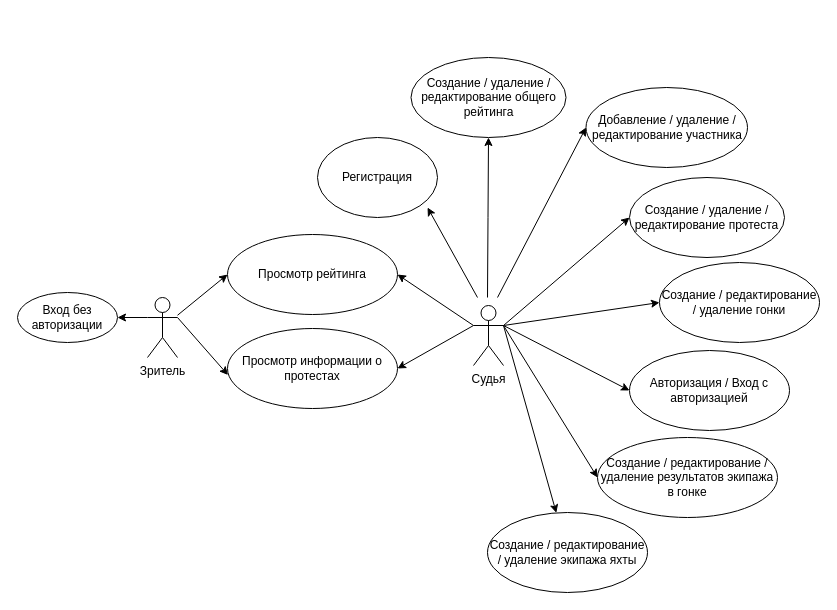
The draw.io diagram page "Use-Case" (1 of 3) of schemes/Диаграммки.drawio in lalala-0/PPO_BMSTU, before the edit. Source tidied: cells renumbered, new cells numbered last; positions are measured from the earlier drawing's top-left corner, leaving out a move shared by most shapes. Both pictures are drawn from the tidied source at 100%, with x=0, y=0 at pixel (17, 57).
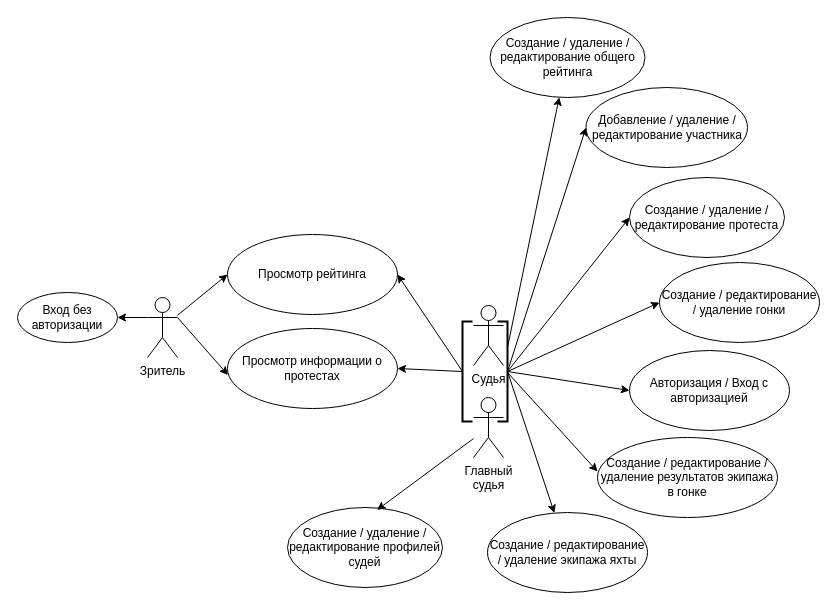
The same page after the edit.

Unchanged cells that the change refers to:
```xml
<mxCell id="8" value="Судья&lt;div&gt;&lt;br/&gt;&lt;/div&gt;" style="shape=umlActor;verticalLabelPosition=bottom;verticalAlign=top;html=1;outlineConnect=0;" parent="1" vertex="1">
  <mxGeometry x="456" y="248" width="30" height="60" as="geometry" />
</mxCell>
<mxCell id="11" value="Просмотр рейтинга" style="ellipse;whiteSpace=wrap;html=1;" parent="1" vertex="1">
  <mxGeometry x="210" y="177" width="170" height="80" as="geometry" />
</mxCell>
<mxCell id="12" value="Просмотр информации о протестах" style="ellipse;whiteSpace=wrap;html=1;" parent="1" vertex="1">
  <mxGeometry x="210" y="271" width="170" height="80" as="geometry" />
</mxCell>
<mxCell id="13" value="Авторизация / Вход с авторизацией" style="ellipse;whiteSpace=wrap;html=1;" parent="1" vertex="1">
  <mxGeometry x="612" y="293" width="160" height="80" as="geometry" />
</mxCell>
<mxCell id="14" value="Создание / редактирование / удаление гонки" style="ellipse;whiteSpace=wrap;html=1;" parent="1" vertex="1">
  <mxGeometry x="642" y="205" width="160" height="80" as="geometry" />
</mxCell>
<mxCell id="15" value="Создание / удаление / редактирование протеста" style="ellipse;whiteSpace=wrap;html=1;" parent="1" vertex="1">
  <mxGeometry x="612" y="120" width="155" height="80" as="geometry" />
</mxCell>
<mxCell id="21" value="Создание / редактирование / удаление результатов экипажа в гонке" style="ellipse;whiteSpace=wrap;html=1;" parent="1" vertex="1">
  <mxGeometry x="580" y="380" width="180" height="80" as="geometry" />
</mxCell>
<mxCell id="22" value="Создание / редактирование / удаление экипажа яхты" style="ellipse;whiteSpace=wrap;html=1;" parent="1" vertex="1">
  <mxGeometry x="470" y="455" width="160" height="80" as="geometry" />
</mxCell>
<mxCell id="26" value="Добавление / удаление / редактирование участника" style="ellipse;whiteSpace=wrap;html=1;" parent="1" vertex="1">
  <mxGeometry x="568.5" y="30" width="161.5" height="80" as="geometry" />
</mxCell>
```

What changed in the source:
```diff
@@
-    <mxCell id="5" style="rounded=0;jettySize=auto;html=1;entryX=0;entryY=0.5;entryDx=0;entryDy=0;" parent="1" edge="1" target="26">
-      <mxGeometry relative="1" as="geometry">
-        <mxPoint x="480" y="240" as="sourcePoint" />
-      </mxGeometry>
+    <mxCell id="5" style="rounded=0;jettySize=auto;html=1;entryX=0;entryY=0.5;entryDx=0;entryDy=0;exitX=0;exitY=0.5;exitDx=0;exitDy=0;exitPerimeter=0;" parent="1" edge="1" source="33" target="26">
+      <mxGeometry relative="1" as="geometry" />
     </mxCell>
-    <mxCell id="6" style="rounded=0;jettySize=auto;html=1;exitX=1;exitY=0.3333333333333333;exitDx=0;exitDy=0;exitPerimeter=0;" parent="1" edge="1" source="8" target="22">
+    <mxCell id="6" style="rounded=0;jettySize=auto;html=1;exitX=0;exitY=0.5;exitDx=0;exitDy=0;exitPerimeter=0;" parent="1" edge="1" source="33" target="22">
       <mxGeometry relative="1" as="geometry" />
     </mxCell>
-    <mxCell id="7" style="edgeStyle=orthogonalEdgeStyle;rounded=0;jettySize=auto;html=1;entryX=0.5;entryY=1;entryDx=0;entryDy=0;" parent="1" edge="1" target="20">
-      <mxGeometry relative="1" as="geometry">
-        <mxPoint x="470" y="240" as="sourcePoint" />
-      </mxGeometry>
-    </mxCell>
@@
-    <mxCell id="9" style="edgeStyle=none;rounded=0;jettySize=auto;html=1;exitX=1;exitY=0.3333333333333333;exitDx=0;exitDy=0;exitPerimeter=0;entryX=0;entryY=0.5;entryDx=0;entryDy=0;" parent="1" edge="1" source="8" target="21">
-      <mxGeometry relative="1" as="geometry" />
+    <mxCell id="9" style="edgeStyle=none;rounded=0;orthogonalLoop=1;jettySize=auto;html=1;exitX=0;exitY=0.43;exitDx=0;exitDy=0;exitPerimeter=0;entryX=0;entryY=0.5;entryDx=0;entryDy=0;" parent="1" edge="1">
+      <mxGeometry relative="1" as="geometry">
+        <mxPoint x="490" y="315" as="sourcePoint" />
+        <mxPoint x="580" y="414" as="targetPoint" />
+      </mxGeometry>
     </mxCell>
@@
-    <mxCell id="16" value="Регистрация" style="ellipse;whiteSpace=wrap;html=1;" parent="1" vertex="1">
-      <mxGeometry x="300" y="80" width="120" height="80" as="geometry" />
-    </mxCell>
@@
-    <mxCell id="18" style="edgeStyle=none;rounded=0;jettySize=auto;html=1;entryX=1;entryY=0.5;entryDx=0;entryDy=0;exitX=0;exitY=0.3333333333333333;exitDx=0;exitDy=0;exitPerimeter=0;" parent="1" edge="1" source="8" target="11">
+    <mxCell id="18" style="edgeStyle=none;rounded=0;jettySize=auto;html=1;entryX=1;entryY=0.5;entryDx=0;entryDy=0;exitX=0;exitY=0.5;exitDx=0;exitDy=0;exitPerimeter=0;" parent="1" edge="1" source="31" target="11">
       <mxGeometry relative="1" as="geometry" />
     </mxCell>
-    <mxCell id="19" style="edgeStyle=none;rounded=0;jettySize=auto;html=1;entryX=1;entryY=0.5;entryDx=0;entryDy=0;exitX=0;exitY=0.3333333333333333;exitDx=0;exitDy=0;exitPerimeter=0;" parent="1" edge="1" source="8" target="12">
+    <mxCell id="19" style="edgeStyle=none;rounded=0;jettySize=auto;html=1;entryX=1;entryY=0.5;entryDx=0;entryDy=0;exitX=0;exitY=0.5;exitDx=0;exitDy=0;exitPerimeter=0;" parent="1" edge="1" source="31" target="12">
       <mxGeometry relative="1" as="geometry" />
     </mxCell>
     <mxCell id="20" value="Создание / удаление / редактирование общего рейтинга" style="ellipse;whiteSpace=wrap;html=1;" parent="1" vertex="1">
-      <mxGeometry x="393.5" width="155" height="80" as="geometry" />
+      <mxGeometry x="472.5" y="-40" width="155" height="80" as="geometry" />
     </mxCell>
@@
-    <mxCell id="23" style="edgeStyle=none;rounded=0;jettySize=auto;html=1;entryX=0;entryY=0.5;entryDx=0;entryDy=0;exitX=1;exitY=0.3333333333333333;exitDx=0;exitDy=0;exitPerimeter=0;" parent="1" edge="1" source="8" target="15">
+    <mxCell id="23" style="edgeStyle=none;rounded=0;jettySize=auto;html=1;entryX=0;entryY=0.5;entryDx=0;entryDy=0;exitX=0;exitY=0.5;exitDx=0;exitDy=0;exitPerimeter=0;" parent="1" edge="1" source="33" target="15">
       <mxGeometry relative="1" as="geometry" />
     </mxCell>
-    <mxCell id="24" style="edgeStyle=none;rounded=0;jettySize=auto;html=1;entryX=0;entryY=0.5;entryDx=0;entryDy=0;exitX=1;exitY=0.3333333333333333;exitDx=0;exitDy=0;exitPerimeter=0;" parent="1" edge="1" source="8" target="14">
+    <mxCell id="24" style="edgeStyle=none;rounded=0;jettySize=auto;html=1;entryX=0;entryY=0.5;entryDx=0;entryDy=0;exitX=0;exitY=0.5;exitDx=0;exitDy=0;exitPerimeter=0;" parent="1" edge="1" source="33" target="14">
       <mxGeometry relative="1" as="geometry" />
     </mxCell>
-    <mxCell id="25" style="edgeStyle=none;rounded=0;jettySize=auto;html=1;entryX=0;entryY=0.5;entryDx=0;entryDy=0;exitX=1;exitY=0.3333333333333333;exitDx=0;exitDy=0;exitPerimeter=0;" parent="1" edge="1" source="8" target="13">
+    <mxCell id="25" style="edgeStyle=none;rounded=0;jettySize=auto;html=1;entryX=0;entryY=0.5;entryDx=0;entryDy=0;exitX=0;exitY=0.5;exitDx=0;exitDy=0;exitPerimeter=0;" parent="1" edge="1" source="33" target="13">
       <mxGeometry relative="1" as="geometry" />
     </mxCell>
@@
-    <mxCell id="27" style="edgeStyle=none;rounded=0;jettySize=auto;html=1;entryX=0.917;entryY=0.875;entryDx=0;entryDy=0;entryPerimeter=0;" parent="1" edge="1" target="16">
-      <mxGeometry relative="1" as="geometry">
-        <mxPoint x="460" y="240" as="sourcePoint" />
-      </mxGeometry>
-    </mxCell>
+    <mxCell id="28" value="Главный &lt;br&gt;судья&lt;div&gt;&lt;br&gt;&lt;/div&gt;" style="shape=umlActor;verticalLabelPosition=bottom;verticalAlign=top;html=1;outlineConnect=0;" parent="1" vertex="1">
+      <mxGeometry x="456" y="340" width="30" height="60" as="geometry" />
+    </mxCell>
+    <mxCell id="29" value="Создание / удаление / редактирование профилей судей" style="ellipse;whiteSpace=wrap;html=1;" parent="1" vertex="1">
+      <mxGeometry x="270" y="450" width="155" height="80" as="geometry" />
+    </mxCell>
+    <mxCell id="30" style="rounded=0;jettySize=auto;html=1;entryX=0.578;entryY=0.03;entryDx=0;entryDy=0;entryPerimeter=0;" parent="1" edge="1" source="28" target="29">
+      <mxGeometry relative="1" as="geometry" />
+    </mxCell>
+    <mxCell id="31" style="strokeWidth=2;html=1;shape=mxgraph.flowchart.annotation_1;align=left;" parent="1" vertex="1">
+      <mxGeometry x="445" y="264" width="10" height="100" as="geometry" />
+    </mxCell>
+    <mxCell id="32" style="rounded=0;jettySize=auto;html=1;" parent="1" edge="1" source="33" target="20">
+      <mxGeometry relative="1" as="geometry" />
+    </mxCell>
+    <mxCell id="33" style="strokeWidth=2;html=1;shape=mxgraph.flowchart.annotation_1;align=left;rotation=-180;" parent="1" vertex="1">
+      <mxGeometry x="480" y="264" width="10" height="100" as="geometry" />
+    </mxCell>
```
